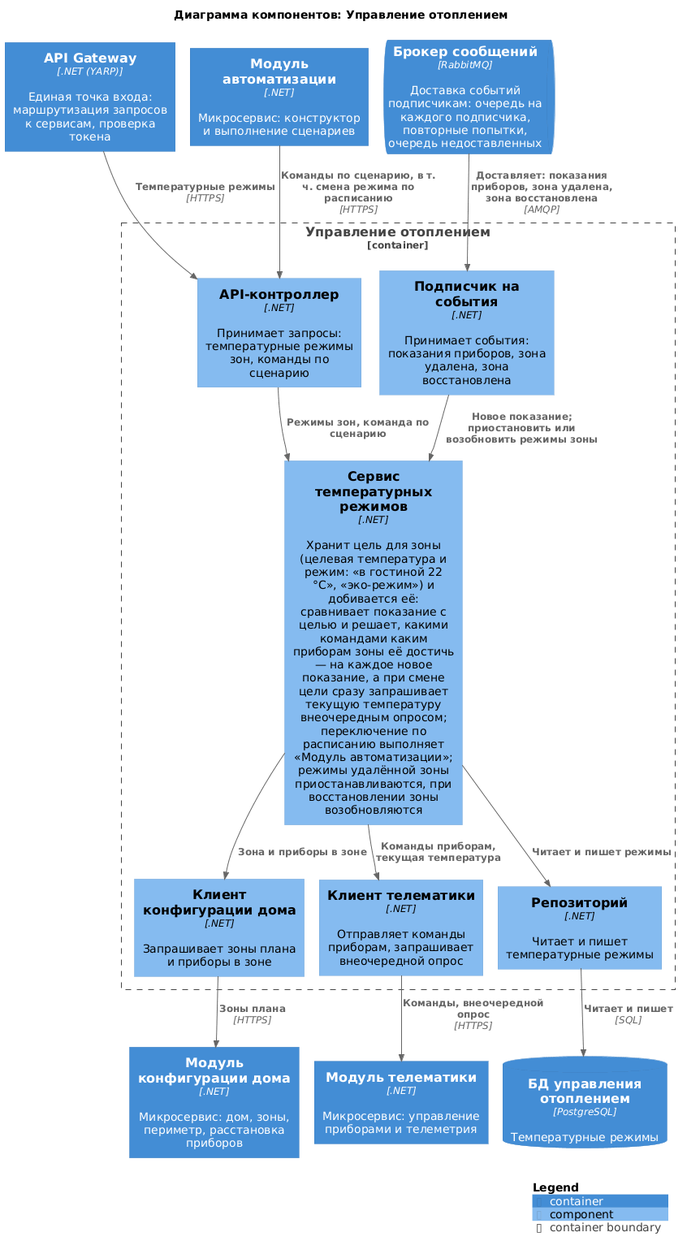
Above: diagrams/components/heating.png in Lyamin-av/architecture-warmhouse (PlantUML), before the change.
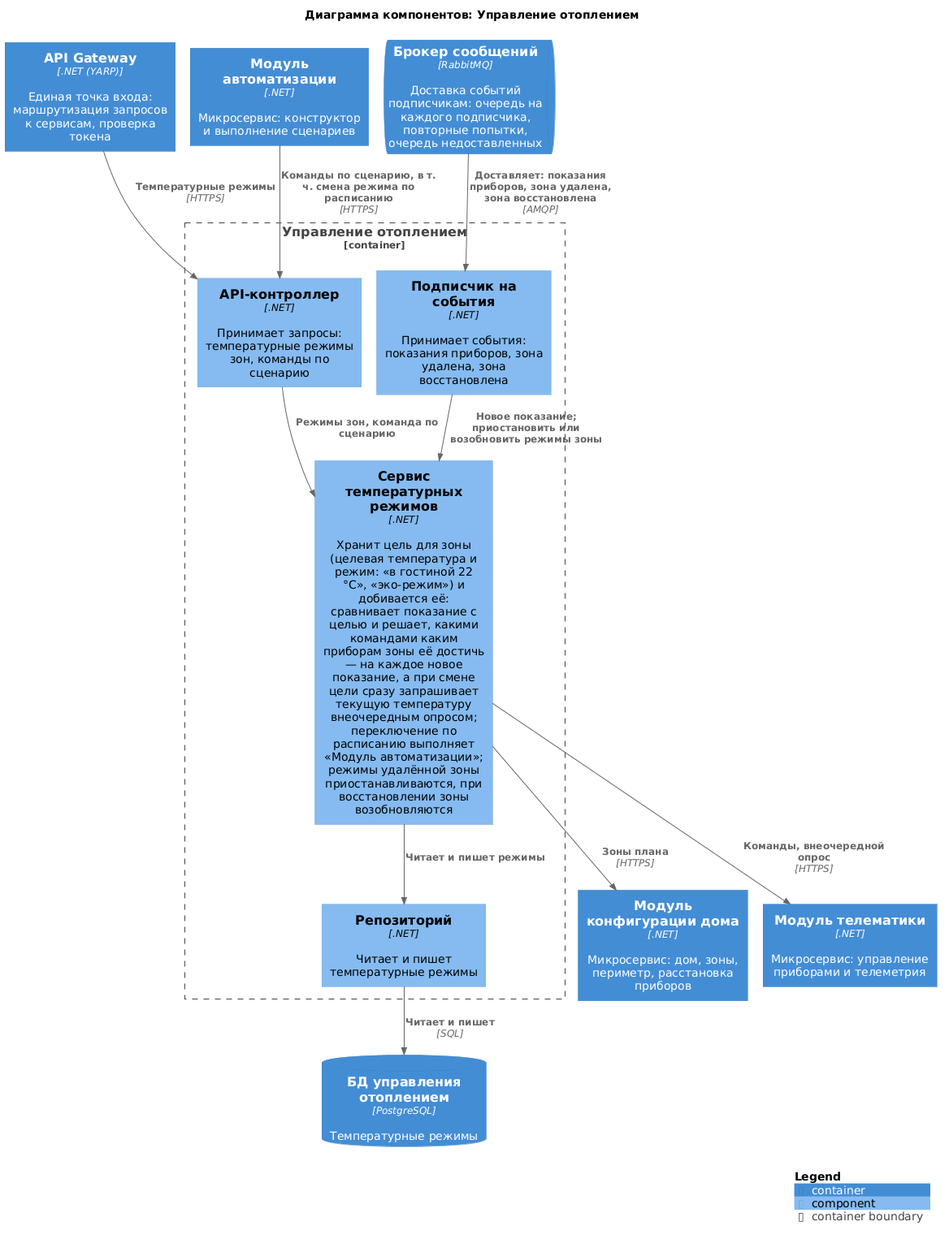
After the change.

The edit, as a diff of the source:
```diff
@@ -14,8 +14,6 @@
     Component(api, "API-контроллер", ".NET", "Принимает запросы: температурные режимы зон, команды по сценарию")
     Component(regimes, "Сервис температурных режимов", ".NET", "Хранит цель для зоны (целевая температура и режим: «в гостиной 22 °C», «эко-режим») и добивается её: сравнивает показание с целью и решает, какими командами каким приборам зоны её достичь — на каждое новое показание, а при смене цели сразу запрашивает текущую температуру внеочередным опросом; переключение по расписанию выполняет «Модуль автоматизации»; режимы удалённой зоны приостанавливаются, при восстановлении зоны возобновляются")
     Component(subscriber, "Подписчик на события", ".NET", "Принимает события: показания приборов, зона удалена, зона восстановлена")
-    Component(hcClient, "Клиент конфигурации дома", ".NET", "Запрашивает зоны плана и приборы в зоне")
-    Component(tmClient, "Клиент телематики", ".NET", "Отправляет команды приборам, запрашивает внеочередной опрос")
     Component(repo, "Репозиторий", ".NET", "Читает и пишет температурные режимы")
 }
 
@@ -25,10 +23,8 @@
 
 Rel(api, regimes, "Режимы зон, команда по сценарию")
 Rel(subscriber, regimes, "Новое показание; приостановить или возобновить режимы зоны")
-Rel(regimes, hcClient, "Зона и приборы в зоне")
-Rel(regimes, tmClient, "Команды приборам, текущая температура")
-Rel(hcClient, HouseConfigurator, "Зоны плана", "HTTPS")
-Rel(tmClient, Telematics, "Команды, внеочередной опрос", "HTTPS")
+Rel(regimes, HouseConfigurator, "Зоны плана", "HTTPS")
+Rel(regimes, Telematics, "Команды, внеочередной опрос", "HTTPS")
 
 Rel(regimes, repo, "Читает и пишет режимы")
 Rel(repo, dbHeating, "Читает и пишет", "SQL")
```
